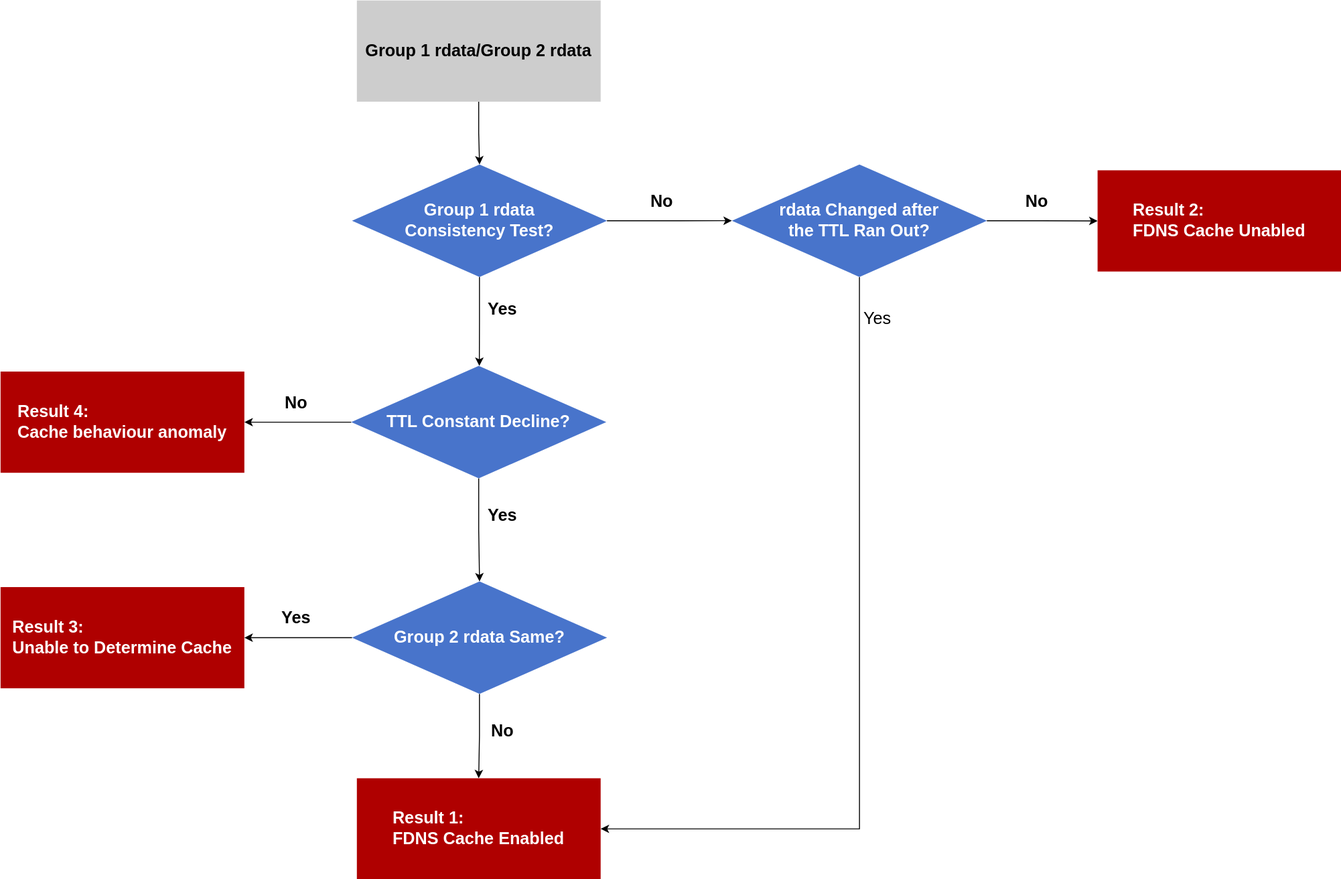
The draw.io diagram 流程图.svg in pythontha/Forwarder-cache, before a commit. Source tidied: cells renumbered, new cells last; positions are measured from the earlier drawing's top-left corner, leaving out a move shared by most shapes.
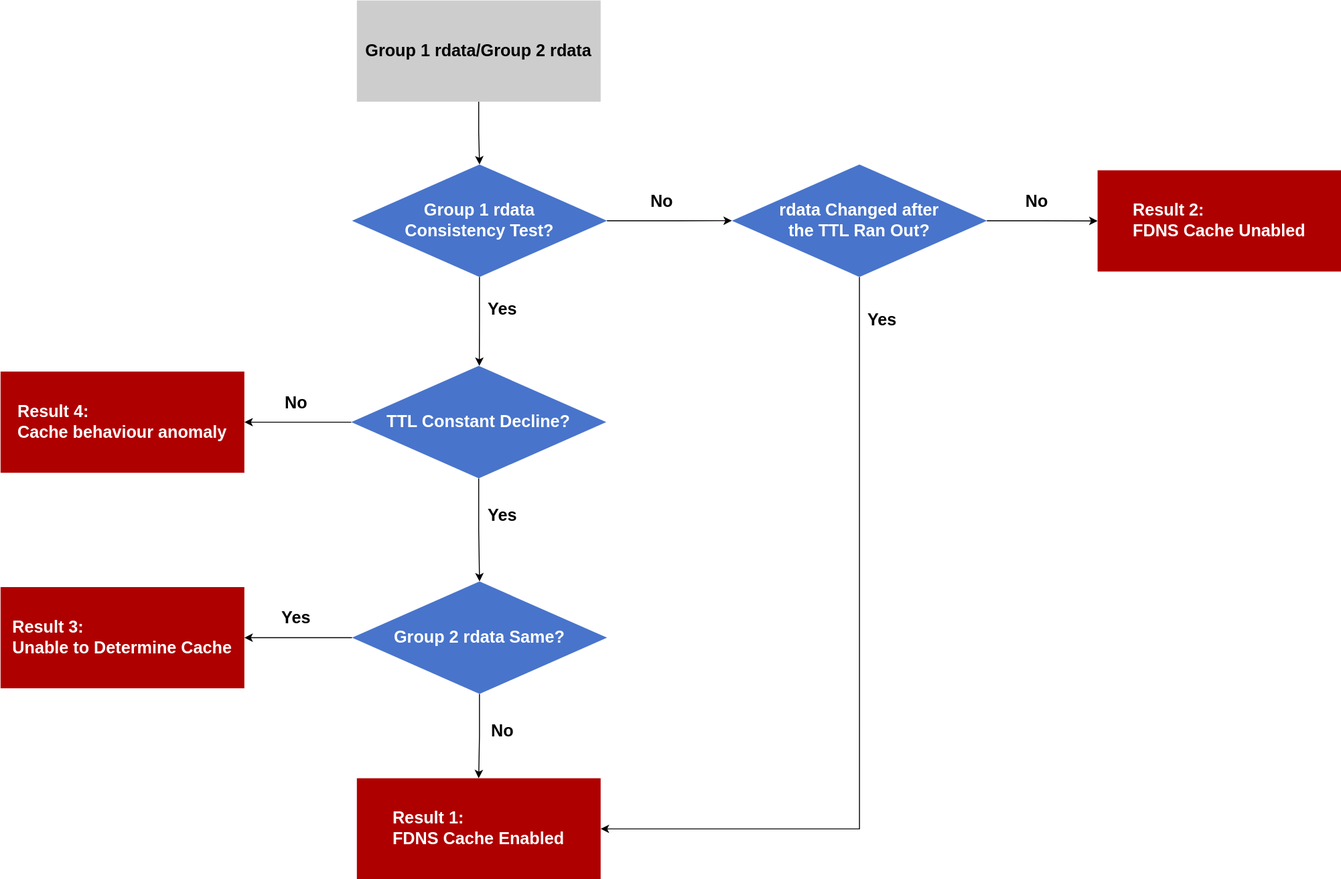
The same diagram one commit later.

Commit message:
更新流程图.svg

What changed in the source:
```diff
@@ -63,8 +63,8 @@
     <mxCell id="20" value="&lt;font style=&quot;font-size: 18px; color: light-dark(rgb(255, 255, 255), rgb(237, 237, 237));&quot;&gt;&lt;b&gt;rdata Changed after &lt;br&gt;the TTL Ran Out?&lt;/b&gt;&lt;/font&gt;" style="rhombus;whiteSpace=wrap;html=1;rounded=0;fillColor=light-dark(#4874cb, #ededed);strokeColor=none;" parent="1" vertex="1">
       <mxGeometry x="780" y="175" width="272" height="120" as="geometry" />
     </mxCell>
-    <mxCell id="21" value="&lt;font style=&quot;font-size: 18px;&quot;&gt;Yes&lt;/font&gt;" style="text;html=1;align=center;verticalAlign=middle;strokeColor=none;fillColor=none;" parent="1" vertex="1">
-      <mxGeometry x="910" y="320" width="50" height="40" as="geometry" />
+    <mxCell id="21" value="&lt;font style=&quot;font-size: 18px;&quot;&gt;&lt;b&gt;Yes&lt;/b&gt;&lt;/font&gt;" style="text;html=1;align=center;verticalAlign=middle;strokeColor=none;fillColor=none;" parent="1" vertex="1">
+      <mxGeometry x="915" y="321" width="50" height="40" as="geometry" />
     </mxCell>
     <mxCell id="22" value="&lt;div style=&quot;text-align: left;&quot;&gt;&lt;font style=&quot;color: light-dark(rgb(255, 255, 255), rgb(237, 237, 237));&quot;&gt;&lt;b&gt;&lt;span style=&quot;font-size: 18px;&quot;&gt;Result 2:&lt;/span&gt;&lt;span style=&quot;font-size: 18px;&quot;&gt;&lt;/span&gt;&lt;/b&gt;&lt;/font&gt;&lt;/div&gt;&lt;span style=&quot;font-size: 18px;&quot;&gt;&lt;font style=&quot;color: light-dark(rgb(255, 255, 255), rgb(237, 237, 237));&quot;&gt;&lt;b&gt;FDNS Cache Unabled&lt;/b&gt;&lt;/font&gt;&lt;/span&gt;" style="whiteSpace=wrap;html=1;rounded=0;fillColor=light-dark(#AF0000,#EDEDED);strokeColor=none;" parent="1" vertex="1">
       <mxGeometry x="1170" y="181.2" width="260" height="108" as="geometry" />
```
